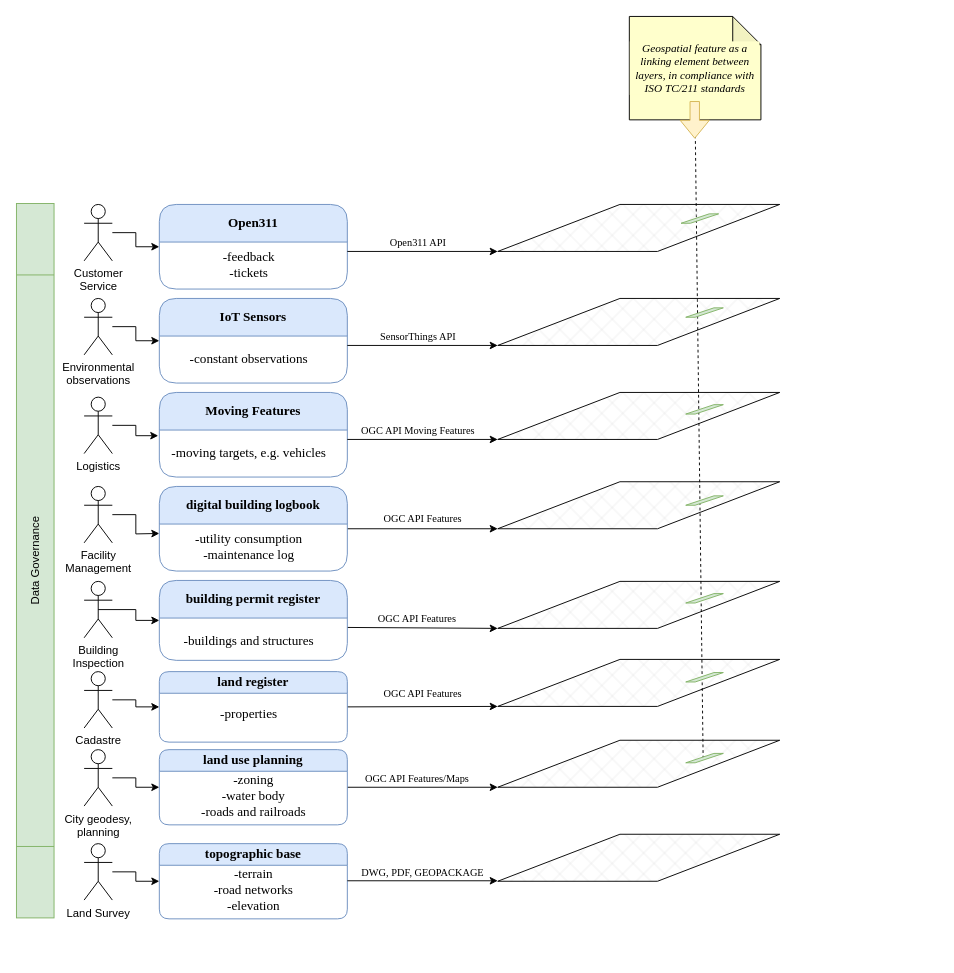
Earlier version of the draw.io diagram thesis/udt-layers.drawio (timoruohomaki/LUT-DAP). Source tidied: cells renumbered, new cells numbered last; positions are measured from the earlier drawing's top-left corner, leaving out a move shared by most shapes. Both pictures are drawn from the tidied source at 94%, with x=0, y=0 at pixel (-322, 16).
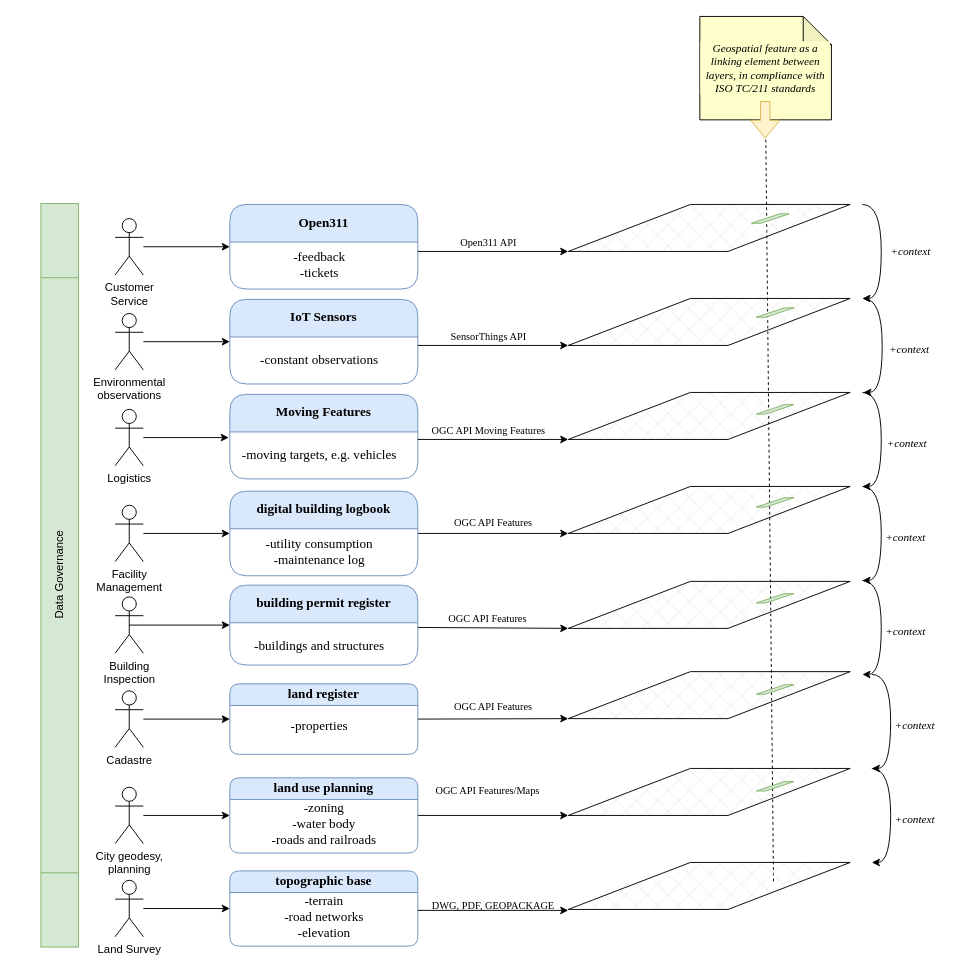
After the change.

Unchanged cells that the change refers to:
```xml
<mxCell id="7" style="endArrow=classic;html=1;hachureGap=4;fontFamily=Architects Daughter;fontSize=16;exitX=1;exitY=0.5;exitDx=0;exitDy=0;entryX=0;entryY=1;entryDx=0;entryDy=0;" parent="1" edge="1" source="17" target="3">
  <mxGeometry relative="1" as="geometry" />
</mxCell>
```

Diff of the diagram source:
```diff
@@
     <mxCell id="2" style="shape=parallelogram;perimeter=parallelogramPerimeter;whiteSpace=wrap;html=1;fixedSize=1;hachureGap=4;fontFamily=Architects Daughter;fontSize=20;size=130;fillStyle=cross-hatch;fillColor=#E0E0E0;" parent="1" vertex="1">
-      <mxGeometry x="872" y="770" width="300" height="50" as="geometry" />
+      <mxGeometry x="947" y="800" width="300" height="50" as="geometry" />
     </mxCell>
     <mxCell id="3" style="shape=parallelogram;perimeter=parallelogramPerimeter;whiteSpace=wrap;html=1;fixedSize=1;hachureGap=4;fontFamily=Architects Daughter;fontSize=20;size=130;fillStyle=cross-hatch;fillColor=#E0E0E0;" parent="1" vertex="1">
-      <mxGeometry x="872" y="684" width="300" height="50" as="geometry" />
+      <mxGeometry x="947" y="697" width="300" height="50" as="geometry" />
     </mxCell>
     <mxCell id="4" style="shape=parallelogram;perimeter=parallelogramPerimeter;whiteSpace=wrap;html=1;fixedSize=1;hachureGap=4;fontFamily=Architects Daughter;fontSize=20;size=130;fillStyle=cross-hatch;fillColor=#E0E0E0;" parent="1" vertex="1">
-      <mxGeometry x="872" y="601" width="300" height="50" as="geometry" />
+      <mxGeometry x="947" y="601" width="300" height="50" as="geometry" />
     </mxCell>
     <mxCell id="5" style="shape=parallelogram;perimeter=parallelogramPerimeter;whiteSpace=wrap;html=1;fixedSize=1;hachureGap=4;fontFamily=Architects Daughter;fontSize=20;size=130;fillStyle=cross-hatch;fillColor=#E0E0E0;" parent="1" vertex="1">
-      <mxGeometry x="872" y="495" width="300" height="50" as="geometry" />
+      <mxGeometry x="947" y="500" width="300" height="50" as="geometry" />
     </mxCell>
@@
     <mxCell id="10" value="DWG, PDF, GEOPACKAGE" style="edgeLabel;html=1;align=center;verticalAlign=middle;rotation=0;fontFamily=Times New Roman;" parent="7" vertex="1">
       <mxGeometry x="0.19" y="1" relative="1" as="geometry">
-        <mxPoint x="-15" y="177" as="offset" />
+        <mxPoint x="-15" y="199" as="offset" />
       </mxGeometry>
     </mxCell>
     <mxCell id="11" style="endArrow=classic;html=1;hachureGap=4;fontFamily=Architects Daughter;fontSize=16;entryX=0;entryY=1;entryDx=0;entryDy=0;" parent="1" edge="1" target="4">
       <mxGeometry relative="1" as="geometry">
-        <mxPoint x="712" y="650" as="sourcePoint" />
+        <mxPoint x="787" y="650" as="sourcePoint" />
       </mxGeometry>
     </mxCell>
@@
     <mxCell id="15" value="land use planning" style="swimlane;whiteSpace=wrap;html=1;hachureGap=4;fontFamily=Times New Roman;fontSize=14;fontStyle=1;rounded=1;fillColor=#dae8fc;strokeColor=#6c8ebf;" parent="1" vertex="1">
-      <mxGeometry x="512" y="780" width="200" height="80" as="geometry" />
+      <mxGeometry x="587" y="810" width="200" height="80" as="geometry" />
     </mxCell>
@@
     <mxCell id="17" value="land register" style="swimlane;whiteSpace=wrap;html=1;hachureGap=4;fontFamily=Times New Roman;fontSize=14;rounded=1;fillColor=#dae8fc;strokeColor=#6c8ebf;" parent="1" vertex="1">
-      <mxGeometry x="512" y="697" width="200" height="75" as="geometry" />
+      <mxGeometry x="587" y="710" width="200" height="75" as="geometry" />
     </mxCell>
@@
     <mxCell id="19" value="building permit register" style="swimlane;whiteSpace=wrap;html=1;hachureGap=4;fontFamily=Times New Roman;fontSize=14;startSize=40;rounded=1;fillColor=#dae8fc;strokeColor=#6c8ebf;" parent="1" vertex="1">
-      <mxGeometry x="512" y="600" width="200" height="85" as="geometry" />
+      <mxGeometry x="587" y="605" width="200" height="85" as="geometry" />
     </mxCell>
@@
     <mxCell id="21" value="digital building logbook" style="swimlane;whiteSpace=wrap;html=1;hachureGap=4;fontFamily=Times New Roman;fontSize=14;startSize=40;rounded=1;fillColor=#dae8fc;strokeColor=#6c8ebf;" parent="1" vertex="1">
-      <mxGeometry x="512" y="500" width="200" height="90" as="geometry" />
+      <mxGeometry x="587" y="505" width="200" height="90" as="geometry" />
     </mxCell>
@@
     <mxCell id="23" value="Moving Features" style="swimlane;whiteSpace=wrap;html=1;hachureGap=4;fontFamily=Times New Roman;fontSize=14;startSize=40;rounded=1;fillColor=#dae8fc;strokeColor=#6c8ebf;" parent="1" vertex="1">
-      <mxGeometry x="512" y="400" width="200" height="90" as="geometry" />
+      <mxGeometry x="587" y="402" width="200" height="90" as="geometry" />
     </mxCell>
@@
     <mxCell id="25" style="shape=parallelogram;perimeter=parallelogramPerimeter;whiteSpace=wrap;html=1;fixedSize=1;hachureGap=4;fontFamily=Architects Daughter;fontSize=20;size=130;fillStyle=cross-hatch;fillColor=#E0E0E0;shadow=0;" parent="1" vertex="1">
-      <mxGeometry x="872" y="400" width="300" height="50" as="geometry" />
+      <mxGeometry x="947" y="400" width="300" height="50" as="geometry" />
     </mxCell>
     <mxCell id="26" style="endArrow=classic;html=1;hachureGap=4;fontFamily=Architects Daughter;fontSize=16;exitX=1;exitY=0.5;exitDx=0;exitDy=0;entryX=0;entryY=1;entryDx=0;entryDy=0;" parent="1" edge="1" target="25">
       <mxGeometry relative="1" as="geometry">
-        <mxPoint x="712" y="450" as="sourcePoint" />
+        <mxPoint x="787" y="450" as="sourcePoint" />
       </mxGeometry>
     </mxCell>
@@
-    <mxCell id="28" style="endArrow=none;html=1;rounded=0;exitX=0.463;exitY=0.55;exitDx=0;exitDy=0;exitPerimeter=0;dashed=1;entryX=0.5;entryY=1;entryDx=0;entryDy=0;entryPerimeter=0;" parent="1" edge="1" source="33" target="34">
+    <mxCell id="28" style="endArrow=none;html=1;rounded=0;exitX=0.728;exitY=0.4;exitDx=0;exitDy=0;exitPerimeter=0;dashed=1;entryX=0.5;entryY=1;entryDx=0;entryDy=0;entryPerimeter=0;" parent="1" edge="1" source="38" target="34">
       <mxGeometry relative="1" as="geometry" />
     </mxCell>
     <mxCell id="29" style="shape=parallelogram;perimeter=parallelogramPerimeter;whiteSpace=wrap;html=1;fixedSize=1;hachureGap=4;fontFamily=Architects Daughter;fontSize=20;size=30;fillStyle=solid;fillColor=#d5e8d4;strokeColor=#82b366;" parent="1" vertex="1">
-      <mxGeometry x="1072" y="413" width="40" height="10" as="geometry" />
+      <mxGeometry x="1147" y="413" width="40" height="10" as="geometry" />
     </mxCell>
     <mxCell id="30" style="shape=parallelogram;perimeter=parallelogramPerimeter;whiteSpace=wrap;html=1;fixedSize=1;hachureGap=4;fontFamily=Architects Daughter;fontSize=20;size=30;fillStyle=solid;fillColor=#d5e8d4;strokeColor=#82b366;" parent="1" vertex="1">
-      <mxGeometry x="1072" y="510" width="40" height="10" as="geometry" />
+      <mxGeometry x="1147" y="512" width="40" height="10" as="geometry" />
     </mxCell>
     <mxCell id="31" style="shape=parallelogram;perimeter=parallelogramPerimeter;whiteSpace=wrap;html=1;fixedSize=1;hachureGap=4;fontFamily=Architects Daughter;fontSize=20;size=30;fillStyle=solid;fillColor=#d5e8d4;strokeColor=#82b366;" parent="1" vertex="1">
-      <mxGeometry x="1072" y="614" width="40" height="10" as="geometry" />
+      <mxGeometry x="1147" y="614" width="40" height="10" as="geometry" />
     </mxCell>
     <mxCell id="32" style="shape=parallelogram;perimeter=parallelogramPerimeter;whiteSpace=wrap;html=1;fixedSize=1;hachureGap=4;fontFamily=Architects Daughter;fontSize=20;size=30;fillStyle=solid;fillColor=#d5e8d4;strokeColor=#82b366;" parent="1" vertex="1">
-      <mxGeometry x="1072" y="698" width="40" height="10" as="geometry" />
+      <mxGeometry x="1147" y="711" width="40" height="10" as="geometry" />
     </mxCell>
     <mxCell id="33" style="shape=parallelogram;perimeter=parallelogramPerimeter;whiteSpace=wrap;html=1;fixedSize=1;hachureGap=4;fontFamily=Architects Daughter;fontSize=20;size=30;fillStyle=solid;fillColor=#d5e8d4;strokeColor=#82b366;" parent="1" vertex="1">
-      <mxGeometry x="1072" y="784" width="40" height="10" as="geometry" />
+      <mxGeometry x="1147" y="814" width="40" height="10" as="geometry" />
     </mxCell>
     <mxCell id="34" value="Geospatial feature as a linking element between layers, in compliance with ISO TC/211 standards" style="shape=note;whiteSpace=wrap;html=1;backgroundOutline=1;darkOpacity=0.05;labelBackgroundColor=#FFFFCC;fillStyle=solid;fillColor=#FFFFCC;fontFamily=Times New Roman;fontStyle=2;" parent="1" vertex="1">
-      <mxGeometry x="1012" width="140" height="110" as="geometry" />
+      <mxGeometry x="1087" width="140" height="110" as="geometry" />
     </mxCell>
     <mxCell id="35" value="topographic base" style="swimlane;whiteSpace=wrap;html=1;hachureGap=4;fontFamily=Times New Roman;fontSize=14;fontStyle=1;rounded=1;fillColor=#dae8fc;strokeColor=#6c8ebf;" parent="1" vertex="1">
-      <mxGeometry x="512" y="880" width="200" height="80" as="geometry" />
+      <mxGeometry x="587" y="909" width="200" height="80" as="geometry" />
     </mxCell>
@@
     <mxCell id="37" style="endArrow=classic;html=1;hachureGap=4;fontFamily=Architects Daughter;fontSize=16;exitX=1;exitY=0.5;exitDx=0;exitDy=0;entryX=0;entryY=1;entryDx=0;entryDy=0;" parent="1" edge="1">
       <mxGeometry relative="1" as="geometry">
-        <mxPoint x="712" y="919.5" as="sourcePoint" />
-        <mxPoint x="872" y="919.5" as="targetPoint" />
+        <mxPoint x="787" y="951" as="sourcePoint" />
+        <mxPoint x="947" y="951" as="targetPoint" />
       </mxGeometry>
     </mxCell>
     <mxCell id="38" style="shape=parallelogram;perimeter=parallelogramPerimeter;whiteSpace=wrap;html=1;fixedSize=1;hachureGap=4;fontFamily=Architects Daughter;fontSize=20;size=130;fillStyle=cross-hatch;fillColor=#E0E0E0;" parent="1" vertex="1">
-      <mxGeometry x="872" y="870" width="300" height="50" as="geometry" />
+      <mxGeometry x="947" y="900" width="300" height="50" as="geometry" />
     </mxCell>
     <mxCell id="39" style="shape=parallelogram;perimeter=parallelogramPerimeter;whiteSpace=wrap;html=1;fixedSize=1;hachureGap=4;fontFamily=Architects Daughter;fontSize=20;size=130;fillStyle=cross-hatch;fillColor=#E0E0E0;shadow=0;" parent="1" vertex="1">
-      <mxGeometry x="872" y="300" width="300" height="50" as="geometry" />
+      <mxGeometry x="947" y="300" width="300" height="50" as="geometry" />
     </mxCell>
     <mxCell id="40" style="shape=parallelogram;perimeter=parallelogramPerimeter;whiteSpace=wrap;html=1;fixedSize=1;hachureGap=4;fontFamily=Architects Daughter;fontSize=20;size=30;fillStyle=solid;fillColor=#d5e8d4;strokeColor=#82b366;" parent="1" vertex="1">
-      <mxGeometry x="1072" y="310" width="40" height="10" as="geometry" />
+      <mxGeometry x="1147" y="310" width="40" height="10" as="geometry" />
     </mxCell>
     <mxCell id="41" value="IoT Sensors" style="swimlane;whiteSpace=wrap;html=1;hachureGap=4;fontFamily=Times New Roman;fontSize=14;startSize=40;rounded=1;fillColor=#dae8fc;strokeColor=#6c8ebf;" parent="1" vertex="1">
-      <mxGeometry x="512" y="300" width="200" height="90" as="geometry" />
+      <mxGeometry x="587" y="301" width="200" height="90" as="geometry" />
     </mxCell>
@@
     <mxCell id="43" style="endArrow=classic;html=1;hachureGap=4;fontFamily=Architects Daughter;fontSize=16;exitX=1;exitY=0.5;exitDx=0;exitDy=0;entryX=0;entryY=1;entryDx=0;entryDy=0;" parent="1" edge="1">
       <mxGeometry relative="1" as="geometry">
-        <mxPoint x="712" y="350" as="sourcePoint" />
-        <mxPoint x="872" y="350" as="targetPoint" />
+        <mxPoint x="787" y="350" as="sourcePoint" />
+        <mxPoint x="947" y="350" as="targetPoint" />
       </mxGeometry>
     </mxCell>
@@
     <mxCell id="45" style="shape=flexArrow;endArrow=classic;html=1;rounded=0;fillColor=#fff2cc;strokeColor=#d6b656;" parent="1" edge="1">
       <mxGeometry relative="1" as="geometry">
-        <mxPoint x="1081.6" y="90" as="sourcePoint" />
-        <mxPoint x="1081.6" y="130" as="targetPoint" />
+        <mxPoint x="1156.6" y="90" as="sourcePoint" />
+        <mxPoint x="1156.6" y="130" as="targetPoint" />
       </mxGeometry>
     </mxCell>
@@
     <mxCell id="47" value="Customer&lt;div&gt;Service&lt;/div&gt;" style="shape=umlActor;verticalLabelPosition=bottom;verticalAlign=top;html=1;outlineConnect=0;" parent="1" vertex="1">
-      <mxGeometry x="432" y="200" width="30" height="60" as="geometry" />
+      <mxGeometry x="465" y="215" width="30" height="60" as="geometry" />
     </mxCell>
@@
     <mxCell id="49" value="Land Survey" style="shape=umlActor;verticalLabelPosition=bottom;verticalAlign=top;html=1;outlineConnect=0;" parent="1" vertex="1">
-      <mxGeometry x="432" y="880" width="30" height="60" as="geometry" />
+      <mxGeometry x="465" y="919" width="30" height="60" as="geometry" />
     </mxCell>
@@
     <mxCell id="51" value="City geodesy,&lt;div&gt;planning&lt;/div&gt;" style="shape=umlActor;verticalLabelPosition=bottom;verticalAlign=top;html=1;outlineConnect=0;" parent="1" vertex="1">
-      <mxGeometry x="432" y="780" width="30" height="60" as="geometry" />
+      <mxGeometry x="465" y="820" width="30" height="60" as="geometry" />
     </mxCell>
@@
     <mxCell id="53" value="Cadastre" style="shape=umlActor;verticalLabelPosition=bottom;verticalAlign=top;html=1;outlineConnect=0;" parent="1" vertex="1">
-      <mxGeometry x="432" y="697" width="30" height="60" as="geometry" />
+      <mxGeometry x="465" y="717.5" width="30" height="60" as="geometry" />
     </mxCell>
     <mxCell id="54" value="Open311" style="swimlane;whiteSpace=wrap;html=1;hachureGap=4;fontFamily=Times New Roman;fontSize=14;startSize=40;rounded=1;fillColor=#dae8fc;strokeColor=#6c8ebf;" parent="1" vertex="1">
-      <mxGeometry x="512" y="200" width="200" height="90" as="geometry" />
+      <mxGeometry x="587" y="200" width="200" height="90" as="geometry" />
     </mxCell>
@@
     <mxCell id="56" style="endArrow=classic;html=1;hachureGap=4;fontFamily=Architects Daughter;fontSize=16;exitX=1;exitY=0.5;exitDx=0;exitDy=0;entryX=0;entryY=1;entryDx=0;entryDy=0;" parent="1" edge="1">
       <mxGeometry relative="1" as="geometry">
-        <mxPoint x="712" y="250" as="sourcePoint" />
-        <mxPoint x="872" y="250" as="targetPoint" />
+        <mxPoint x="787" y="250" as="sourcePoint" />
+        <mxPoint x="947" y="250" as="targetPoint" />
       </mxGeometry>
     </mxCell>
@@
     <mxCell id="58" style="shape=parallelogram;perimeter=parallelogramPerimeter;whiteSpace=wrap;html=1;fixedSize=1;hachureGap=4;fontFamily=Architects Daughter;fontSize=20;size=130;fillStyle=cross-hatch;fillColor=#E0E0E0;shadow=0;" parent="1" vertex="1">
-      <mxGeometry x="872" y="200" width="300" height="50" as="geometry" />
+      <mxGeometry x="947" y="200" width="300" height="50" as="geometry" />
     </mxCell>
     <mxCell id="59" style="shape=parallelogram;perimeter=parallelogramPerimeter;whiteSpace=wrap;html=1;fixedSize=1;hachureGap=4;fontFamily=Architects Daughter;fontSize=20;size=30;fillStyle=solid;fillColor=#d5e8d4;strokeColor=#82b366;" parent="1" vertex="1">
-      <mxGeometry x="1067" y="210" width="40" height="10" as="geometry" />
+      <mxGeometry x="1142" y="210" width="40" height="10" as="geometry" />
     </mxCell>
@@
     <mxCell id="61" value="Building&lt;div&gt;Inspection&lt;/div&gt;" style="shape=umlActor;verticalLabelPosition=bottom;verticalAlign=top;html=1;outlineConnect=0;" parent="1" vertex="1">
-      <mxGeometry x="432" y="601" width="30" height="60" as="geometry" />
+      <mxGeometry x="465" y="617.5" width="30" height="60" as="geometry" />
     </mxCell>
     <mxCell id="62" style="edgeStyle=orthogonalEdgeStyle;rounded=0;jettySize=auto;html=1;" parent="1" edge="1" source="63">
       <mxGeometry relative="1" as="geometry">
-        <mxPoint x="512" y="550" as="targetPoint" />
+        <mxPoint x="587" y="550" as="targetPoint" />
       </mxGeometry>
     </mxCell>
     <mxCell id="63" value="Facility&lt;br&gt;Management" style="shape=umlActor;verticalLabelPosition=bottom;verticalAlign=top;html=1;outlineConnect=0;" parent="1" vertex="1">
-      <mxGeometry x="432" y="500" width="30" height="60" as="geometry" />
+      <mxGeometry x="465" y="520" width="30" height="60" as="geometry" />
     </mxCell>
     <mxCell id="64" value="Logistics" style="shape=umlActor;verticalLabelPosition=bottom;verticalAlign=top;html=1;outlineConnect=0;" parent="1" vertex="1">
-      <mxGeometry x="432" y="405" width="30" height="60" as="geometry" />
+      <mxGeometry x="465" y="418" width="30" height="60" as="geometry" />
     </mxCell>
@@
     <mxCell id="67" value="Environmental&lt;div&gt;observations&lt;/div&gt;" style="shape=umlActor;verticalLabelPosition=bottom;verticalAlign=top;html=1;outlineConnect=0;" parent="1" vertex="1">
-      <mxGeometry x="432" y="300" width="30" height="60" as="geometry" />
+      <mxGeometry x="465" y="316" width="30" height="60" as="geometry" />
     </mxCell>
     <mxCell id="68" value="Data Governance" style="shape=process;whiteSpace=wrap;html=1;backgroundOutline=1;fillColor=#d5e8d4;strokeColor=#82b366;rotation=-90;" parent="1" vertex="1">
-      <mxGeometry y="559" width="760" height="40" as="geometry" />
+      <mxGeometry x="10.5" y="574.5" width="791" height="40" as="geometry" />
     </mxCell>
+    <mxCell id="69" style="group;" parent="1" vertex="1">
+      <mxGeometry x="1260" y="200" width="70" height="100" as="geometry" />
+    </mxCell>
+    <mxCell id="70" style="endArrow=classic;html=1;rounded=1;curved=1;edgeStyle=orthogonalEdgeStyle;" parent="69" edge="1">
+      <mxGeometry relative="1" as="geometry">
+        <mxPoint as="sourcePoint" />
+        <mxPoint y="100" as="targetPoint" />
+        <Array as="points">
+          <mxPoint x="20" />
+          <mxPoint x="20" y="100" />
+        </Array>
+      </mxGeometry>
+    </mxCell>
+    <mxCell id="71" value="&lt;i&gt;&lt;font face=&quot;Times New Roman&quot;&gt;&amp;nbsp;+context&lt;/font&gt;&lt;/i&gt;" style="text;html=1;align=center;verticalAlign=middle;whiteSpace=wrap;rounded=0;" parent="69" vertex="1">
+      <mxGeometry x="20" y="35" width="60" height="30" as="geometry" />
+    </mxCell>
+    <mxCell id="72" style="group;" parent="1" vertex="1">
+      <mxGeometry x="1260" y="400" width="70" height="100" as="geometry" />
+    </mxCell>
+    <mxCell id="73" style="endArrow=classic;html=1;rounded=1;curved=1;edgeStyle=orthogonalEdgeStyle;" parent="72" edge="1">
+      <mxGeometry relative="1" as="geometry">
+        <mxPoint as="sourcePoint" />
+        <mxPoint y="100" as="targetPoint" />
+        <Array as="points">
+          <mxPoint x="20" />
+          <mxPoint x="20" y="100" />
+        </Array>
+      </mxGeometry>
+    </mxCell>
+    <mxCell id="74" value="&lt;i&gt;&lt;font face=&quot;Times New Roman&quot;&gt;&amp;nbsp; &amp;nbsp; &amp;nbsp;+context&lt;/font&gt;&lt;/i&gt;" style="text;html=1;align=center;verticalAlign=middle;whiteSpace=wrap;rounded=0;" parent="72" vertex="1">
+      <mxGeometry x="10" y="40" width="60" height="30" as="geometry" />
+    </mxCell>
+    <mxCell id="75" style="group;" parent="1" vertex="1">
+      <mxGeometry x="1260" y="500" width="70" height="100" as="geometry" />
+    </mxCell>
+    <mxCell id="76" style="endArrow=classic;html=1;rounded=1;curved=1;edgeStyle=orthogonalEdgeStyle;" parent="75" edge="1">
+      <mxGeometry relative="1" as="geometry">
+        <mxPoint as="sourcePoint" />
+        <mxPoint y="100" as="targetPoint" />
+        <Array as="points">
+          <mxPoint x="20" />
+          <mxPoint x="20" y="100" />
+        </Array>
+      </mxGeometry>
+    </mxCell>
+    <mxCell id="77" value="&lt;i&gt;&lt;font face=&quot;Times New Roman&quot;&gt;&amp;nbsp; &amp;nbsp; +context&lt;/font&gt;&lt;/i&gt;" style="text;html=1;align=center;verticalAlign=middle;whiteSpace=wrap;rounded=0;" parent="75" vertex="1">
+      <mxGeometry x="10" y="40" width="60" height="30" as="geometry" />
+    </mxCell>
+    <mxCell id="78" style="group;" parent="1" vertex="1">
+      <mxGeometry x="1260" y="600" width="70" height="100" as="geometry" />
+    </mxCell>
+    <mxCell id="79" style="endArrow=classic;html=1;rounded=1;curved=1;edgeStyle=orthogonalEdgeStyle;" parent="78" edge="1">
+      <mxGeometry relative="1" as="geometry">
+        <mxPoint as="sourcePoint" />
+        <mxPoint y="100" as="targetPoint" />
+        <Array as="points">
+          <mxPoint x="20" />
+          <mxPoint x="20" y="100" />
+        </Array>
+      </mxGeometry>
+    </mxCell>
+    <mxCell id="80" value="&lt;i&gt;&lt;font face=&quot;Times New Roman&quot;&gt;&amp;nbsp; &amp;nbsp; +context&lt;/font&gt;&lt;/i&gt;" style="text;html=1;align=center;verticalAlign=middle;whiteSpace=wrap;rounded=0;" parent="78" vertex="1">
+      <mxGeometry x="10" y="40" width="60" height="30" as="geometry" />
+    </mxCell>
+    <mxCell id="81" style="group;" parent="1" vertex="1">
+      <mxGeometry x="1270" y="700" width="70" height="100" as="geometry" />
+    </mxCell>
+    <mxCell id="82" style="endArrow=classic;html=1;rounded=1;curved=1;edgeStyle=orthogonalEdgeStyle;" parent="81" edge="1">
+      <mxGeometry relative="1" as="geometry">
+        <mxPoint as="sourcePoint" />
+        <mxPoint y="100" as="targetPoint" />
+        <Array as="points">
+          <mxPoint x="20" />
+          <mxPoint x="20" y="100" />
+        </Array>
+      </mxGeometry>
+    </mxCell>
+    <mxCell id="83" value="&lt;i&gt;&lt;font face=&quot;Times New Roman&quot;&gt;&amp;nbsp; &amp;nbsp; +context&lt;/font&gt;&lt;/i&gt;" style="text;html=1;align=center;verticalAlign=middle;whiteSpace=wrap;rounded=0;" parent="81" vertex="1">
+      <mxGeometry x="10" y="40" width="60" height="30" as="geometry" />
+    </mxCell>
+    <mxCell id="84" style="group;" parent="1" vertex="1">
+      <mxGeometry x="1270" y="800" width="70" height="100" as="geometry" />
+    </mxCell>
+    <mxCell id="85" style="endArrow=classic;html=1;rounded=1;curved=1;edgeStyle=orthogonalEdgeStyle;" parent="84" edge="1">
+      <mxGeometry relative="1" as="geometry">
+        <mxPoint as="sourcePoint" />
+        <mxPoint y="100" as="targetPoint" />
+        <Array as="points">
+          <mxPoint x="20" />
+          <mxPoint x="20" y="100" />
+        </Array>
+      </mxGeometry>
+    </mxCell>
+    <mxCell id="86" value="&lt;i&gt;&lt;font face=&quot;Times New Roman&quot;&gt;&amp;nbsp; &amp;nbsp; +context&lt;/font&gt;&lt;/i&gt;" style="text;html=1;align=center;verticalAlign=middle;whiteSpace=wrap;rounded=0;" parent="84" vertex="1">
+      <mxGeometry x="10" y="40" width="60" height="30" as="geometry" />
+    </mxCell>
+    <mxCell id="87" style="endArrow=classic;html=1;rounded=1;curved=1;edgeStyle=orthogonalEdgeStyle;" parent="1" edge="1">
+      <mxGeometry relative="1" as="geometry">
+        <mxPoint x="1261" y="300" as="sourcePoint" />
+        <mxPoint x="1261" y="400" as="targetPoint" />
+        <Array as="points">
+          <mxPoint x="1281" y="300" />
+          <mxPoint x="1281" y="400" />
+        </Array>
+      </mxGeometry>
+    </mxCell>
+    <mxCell id="88" value="&lt;i&gt;&lt;font face=&quot;Times New Roman&quot;&gt;+context&lt;/font&gt;&lt;/i&gt;" style="text;html=1;align=center;verticalAlign=middle;whiteSpace=wrap;rounded=0;" parent="1" vertex="1">
+      <mxGeometry x="1280" y="340" width="60" height="30" as="geometry" />
+    </mxCell>
```
